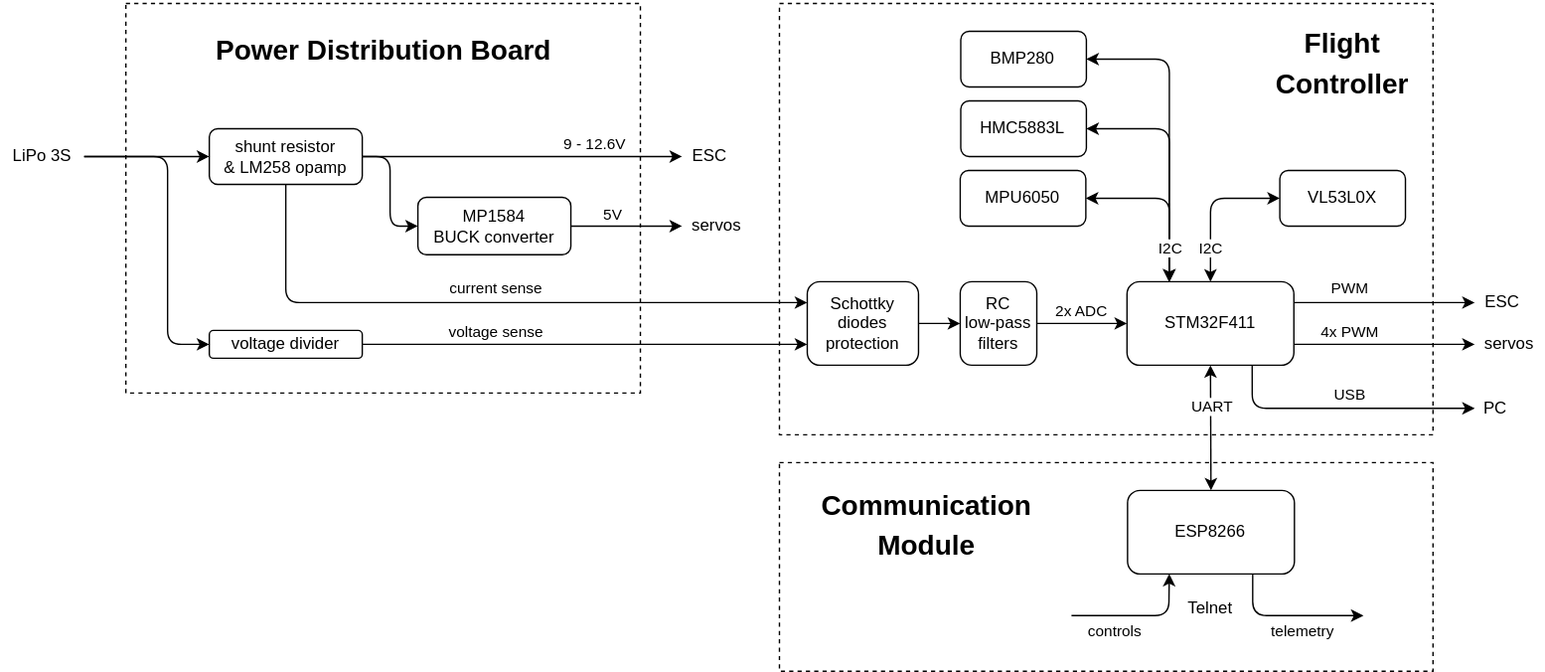
Earlier version of the draw.io export docs/electronics_diagram.drawio.svg (Eryk-Mozdzen/uav-tvc-goose). Source tidied: cells renumbered, new cells last; positions are measured from the earlier drawing's top-left corner, leaving out a move shared by most shapes.
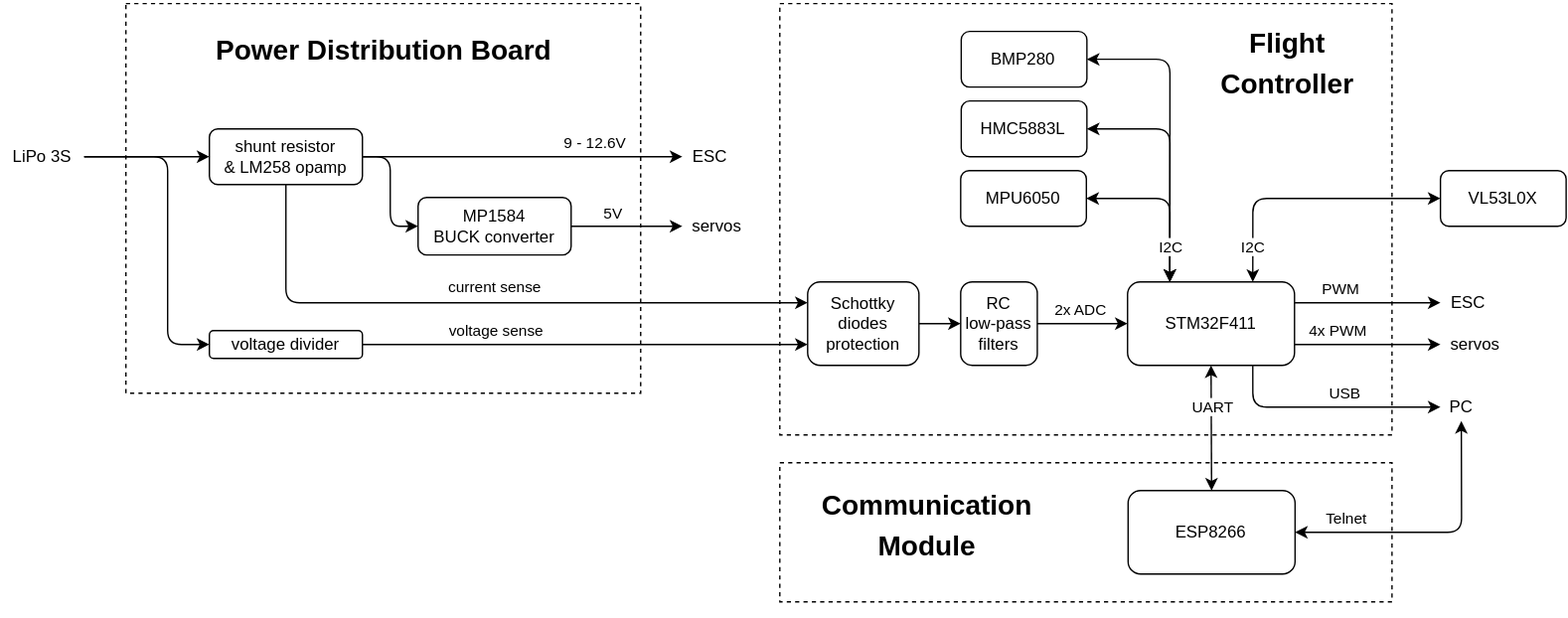
The same file after the commit.

The edit, as a diff of the source:
```diff
@@ -6,46 +6,17 @@
       <mxGeometry x="90" width="370" height="280" as="geometry" />
     </mxCell>
     <mxCell id="3" style="rounded=0;whiteSpace=wrap;html=1;dashed=1;" parent="1" vertex="1">
-      <mxGeometry x="560" width="470" height="310" as="geometry" />
+      <mxGeometry x="560" width="440" height="310" as="geometry" />
     </mxCell>
     <mxCell id="4" style="rounded=0;whiteSpace=wrap;html=1;dashed=1;" parent="1" vertex="1">
-      <mxGeometry x="560" y="330" width="470" height="150" as="geometry" />
+      <mxGeometry x="560" y="330" width="440" height="100" as="geometry" />
     </mxCell>
-    <mxCell id="5" style="edgeStyle=none;html=1;entryX=0.25;entryY=1;entryDx=0;entryDy=0;" parent="1" edge="1" target="10">
-      <mxGeometry relative="1" as="geometry">
-        <mxPoint x="770" y="440" as="sourcePoint" />
-        <Array as="points">
-          <mxPoint x="840" y="440" />
-        </Array>
-      </mxGeometry>
-    </mxCell>
-    <mxCell id="6" value="controls" style="edgeLabel;html=1;align=center;verticalAlign=middle;" parent="5" vertex="1">
-      <mxGeometry x="0.02" relative="1" as="geometry">
-        <mxPoint x="-21" y="10" as="offset" />
-      </mxGeometry>
-    </mxCell>
     <mxCell id="7" value="STM32F411" style="rounded=1;whiteSpace=wrap;html=1;" parent="1" vertex="1">
       <mxGeometry x="809.9" y="200" width="120" height="60" as="geometry" />
     </mxCell>
-    <mxCell id="8" style="edgeStyle=none;html=1;exitX=0.75;exitY=1;exitDx=0;exitDy=0;" parent="1" edge="1" source="10">
-      <mxGeometry relative="1" as="geometry">
-        <mxPoint x="980" y="440" as="targetPoint" />
-        <Array as="points">
-          <mxPoint x="900.3" y="440" />
-        </Array>
-      </mxGeometry>
-    </mxCell>
-    <mxCell id="9" value="telemetry" style="edgeLabel;html=1;align=center;verticalAlign=middle;" parent="8" vertex="1">
-      <mxGeometry x="0.11" relative="1" as="geometry">
-        <mxPoint x="4" y="10" as="offset" />
-      </mxGeometry>
-    </mxCell>
     <mxCell id="10" value="ESP8266" style="rounded=1;whiteSpace=wrap;html=1;" parent="1" vertex="1">
       <mxGeometry x="810.3" y="350" width="120" height="60" as="geometry" />
     </mxCell>
-    <mxCell id="11" value="Telnet" style="text;html=1;strokeColor=none;fillColor=none;align=center;verticalAlign=middle;whiteSpace=wrap;rounded=0;" parent="1" vertex="1">
-      <mxGeometry x="840.3" y="420" width="60" height="30" as="geometry" />
-    </mxCell>
     <mxCell id="12" style="endArrow=classic;html=1;entryX=0;entryY=0.5;entryDx=0;entryDy=0;exitX=1;exitY=0.5;exitDx=0;exitDy=0;" parent="1" edge="1" source="33" target="31">
       <mxGeometry relative="1" as="geometry" />
     </mxCell>
@@ -59,22 +30,22 @@
     </mxCell>
     <mxCell id="15" value="PWM" style="edgeLabel;html=1;align=center;verticalAlign=middle;" parent="14" vertex="1">
       <mxGeometry x="-0.23" y="-1" relative="1" as="geometry">
-        <mxPoint x="-10" y="-12" as="offset" />
+        <mxPoint x="-7" y="-11" as="offset" />
       </mxGeometry>
     </mxCell>
     <mxCell id="16" value="ESC" style="text;html=1;strokeColor=none;fillColor=none;align=center;verticalAlign=middle;whiteSpace=wrap;rounded=0;" parent="1" vertex="1">
-      <mxGeometry x="1060" y="200" width="40" height="30" as="geometry" />
+      <mxGeometry x="1034.8" y="200" width="40" height="30" as="geometry" />
     </mxCell>
     <mxCell id="17" style="endArrow=classic;html=1;entryX=0;entryY=0.5;entryDx=0;entryDy=0;exitX=1;exitY=0.75;exitDx=0;exitDy=0;" parent="1" edge="1" source="7" target="19">
       <mxGeometry relative="1" as="geometry" />
     </mxCell>
     <mxCell id="18" value="4x PWM" style="edgeLabel;html=1;align=center;verticalAlign=middle;" parent="17" vertex="1">
       <mxGeometry x="0.34" y="1" relative="1" as="geometry">
-        <mxPoint x="-47" y="-9" as="offset" />
+        <mxPoint x="-40" y="-9" as="offset" />
       </mxGeometry>
     </mxCell>
     <mxCell id="19" value="servos" style="text;html=1;strokeColor=none;fillColor=none;align=center;verticalAlign=middle;whiteSpace=wrap;rounded=0;" parent="1" vertex="1">
-      <mxGeometry x="1060" y="230" width="50" height="30" as="geometry" />
+      <mxGeometry x="1034.8" y="230" width="50" height="30" as="geometry" />
     </mxCell>
     <mxCell id="20" value="HMC5883L" style="rounded=1;whiteSpace=wrap;html=1;" parent="1" vertex="1">
       <mxGeometry x="690.4" y="70" width="90.3" height="40" as="geometry" />
@@ -199,7 +170,7 @@
       </mxGeometry>
     </mxCell>
     <mxCell id="47" value="&lt;h1&gt;&lt;font style=&quot;font-size: 20px&quot;&gt;Flight Controller&lt;/font&gt;&lt;/h1&gt;" style="text;html=1;strokeColor=none;fillColor=none;spacing=5;spacingTop=-20;whiteSpace=wrap;overflow=hidden;rounded=0;dashed=1;align=center;" parent="1" vertex="1">
-      <mxGeometry x="910" y="7.5" width="110" height="65" as="geometry" />
+      <mxGeometry x="870" y="7.5" width="110" height="65" as="geometry" />
     </mxCell>
     <mxCell id="48" value="&lt;h1&gt;&lt;font style=&quot;font-size: 20px&quot;&gt;Power Distribution Board&lt;/font&gt;&lt;/h1&gt;" style="text;html=1;strokeColor=none;fillColor=none;spacing=5;spacingTop=-20;whiteSpace=wrap;overflow=hidden;rounded=0;dashed=1;" parent="1" vertex="1">
       <mxGeometry x="150" y="12.5" width="260" height="40" as="geometry" />
@@ -208,18 +179,18 @@
       <mxGeometry x="580" y="340" width="172" height="100" as="geometry" />
     </mxCell>
     <mxCell id="50" value="VL53L0X" style="rounded=1;whiteSpace=wrap;html=1;" parent="1" vertex="1">
-      <mxGeometry x="919.8" y="120" width="90.3" height="40" as="geometry" />
+      <mxGeometry x="1034.8" y="120" width="90.3" height="40" as="geometry" />
     </mxCell>
-    <mxCell id="51" style="endArrow=classic;startArrow=classic;html=1;fontSize=11;entryX=0;entryY=0.5;entryDx=0;entryDy=0;exitX=0.5;exitY=0;exitDx=0;exitDy=0;" parent="1" edge="1" source="7" target="50">
+    <mxCell id="51" style="endArrow=classic;startArrow=classic;html=1;fontSize=11;entryX=0;entryY=0.5;entryDx=0;entryDy=0;exitX=0.75;exitY=0;exitDx=0;exitDy=0;" parent="1" edge="1" source="7" target="50">
       <mxGeometry relative="1" as="geometry">
         <Array as="points">
-          <mxPoint x="870" y="140" />
+          <mxPoint x="900" y="140" />
         </Array>
       </mxGeometry>
     </mxCell>
     <mxCell id="52" value="I2C" style="edgeLabel;html=1;align=center;verticalAlign=middle;fontSize=11;" parent="51" vertex="1">
       <mxGeometry x="-0.64" relative="1" as="geometry">
-        <mxPoint y="-5" as="offset" />
+        <mxPoint y="10" as="offset" />
       </mxGeometry>
     </mxCell>
     <mxCell id="53" style="edgeStyle=none;html=1;" parent="1" edge="1" source="54" target="44">
@@ -229,19 +200,32 @@
       <mxGeometry x="580" y="200" width="80" height="60" as="geometry" />
     </mxCell>
     <mxCell id="55" value="PC" style="text;html=1;strokeColor=none;fillColor=none;align=center;verticalAlign=middle;whiteSpace=wrap;rounded=0;" parent="1" vertex="1">
-      <mxGeometry x="1060" y="276" width="30" height="30" as="geometry" />
+      <mxGeometry x="1034.8" y="280" width="30" height="20" as="geometry" />
     </mxCell>
     <mxCell id="56" style="endArrow=classic;html=1;entryX=0;entryY=0.5;entryDx=0;entryDy=0;exitX=0.75;exitY=1;exitDx=0;exitDy=0;" parent="1" edge="1" source="7" target="55">
       <mxGeometry relative="1" as="geometry">
         <Array as="points">
-          <mxPoint x="900" y="291" />
+          <mxPoint x="900" y="290" />
+          <mxPoint x="1020" y="290" />
         </Array>
       </mxGeometry>
     </mxCell>
     <mxCell id="57" value="USB" style="edgeLabel;html=1;align=center;verticalAlign=middle;" parent="56" vertex="1">
       <mxGeometry x="0.05" relative="1" as="geometry">
-        <mxPoint x="1" y="-11" as="offset" />
+        <mxPoint x="9" y="-10" as="offset" />
       </mxGeometry>
     </mxCell>
+    <mxCell id="58" style="endArrow=classic;startArrow=classic;html=1;exitX=1;exitY=0.5;exitDx=0;exitDy=0;entryX=0.5;entryY=1;entryDx=0;entryDy=0;" parent="1" edge="1" source="10" target="55">
+      <mxGeometry relative="1" as="geometry">
+        <Array as="points">
+          <mxPoint x="1050" y="380" />
+        </Array>
+      </mxGeometry>
+    </mxCell>
+    <mxCell id="11" value="Telnet" style="edgeLabel;html=1;align=center;verticalAlign=middle;" parent="58" vertex="1">
+      <mxGeometry x="-0.23" y="1" relative="1" as="geometry">
+        <mxPoint x="-41" y="-9" as="offset" />
+      </mxGeometry>
+    </mxCell>
   </root>
 </mxGraphModel>
```
